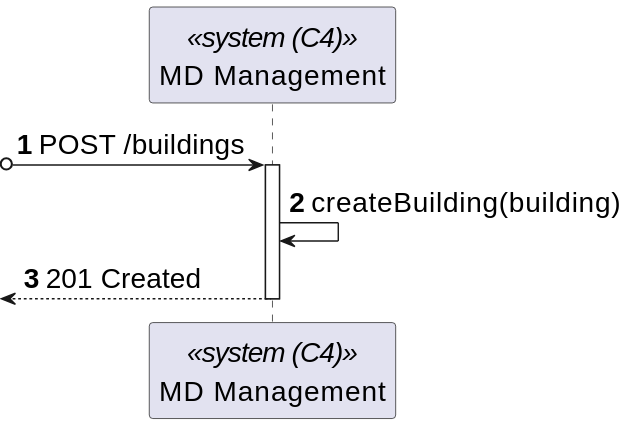
The PlantUML diagram _wiki/sprint-a/us01-150/views/level-2/assets/process-view.svg in miseEnPlace-dev/lapr5, before a commit. The source it was exported from:
```plantuml
@startuml
skinparamlocked defaultFontSize 20
autonumber
participant SYS as "MD Management" <<system (C4)>>


?o-> SYS : POST /buildings
activate SYS

SYS -> SYS : createBuilding(building)
<-- SYS : 201 Created
deactivate SYS
@enduml
```
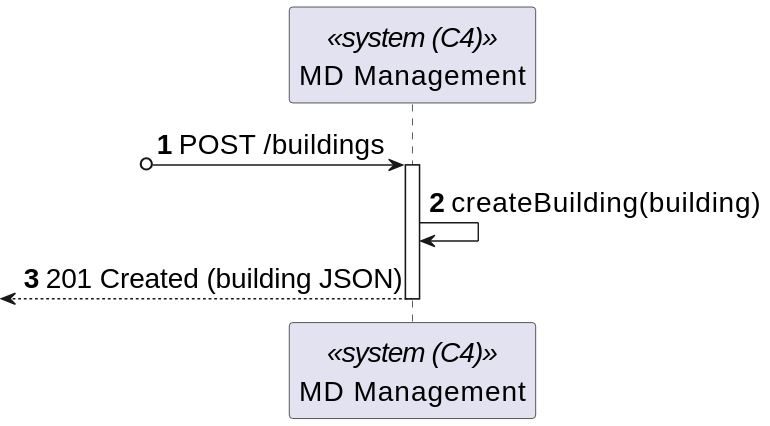
Later version of the same file.

What changed in the source:
```diff
@@ -8,6 +8,6 @@
 activate SYS
 
 SYS -> SYS : createBuilding(building)
-<-- SYS : 201 Created
+<-- SYS : 201 Created (building JSON)
 deactivate SYS
 @enduml
```
